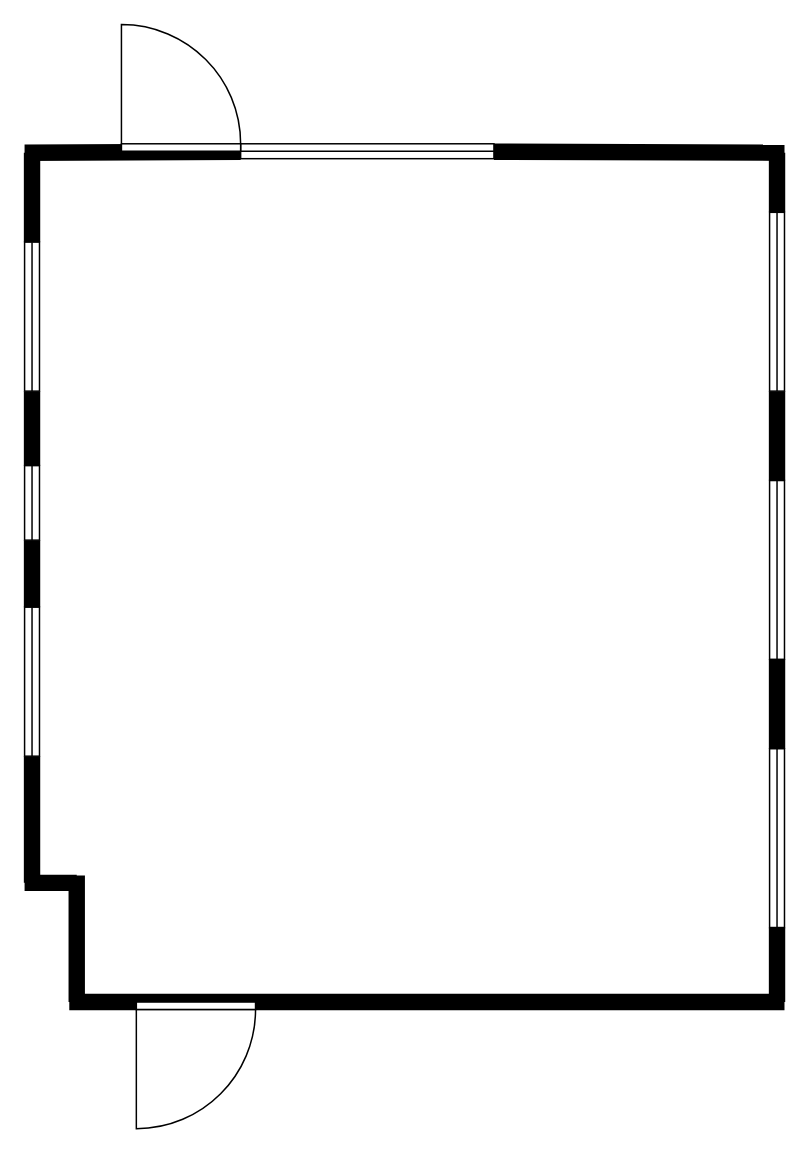
kitxchi/kitxchi.github.io keeps this draw.io diagram as sala.drawio. Above is the earlier version. Source tidied: cells renumbered, new cells numbered last; positions are measured from the earlier drawing's top-left corner, leaving out a move shared by most shapes. Both pictures are drawn from the tidied source at 149%, with x=0, y=0 at pixel (-43, 24).
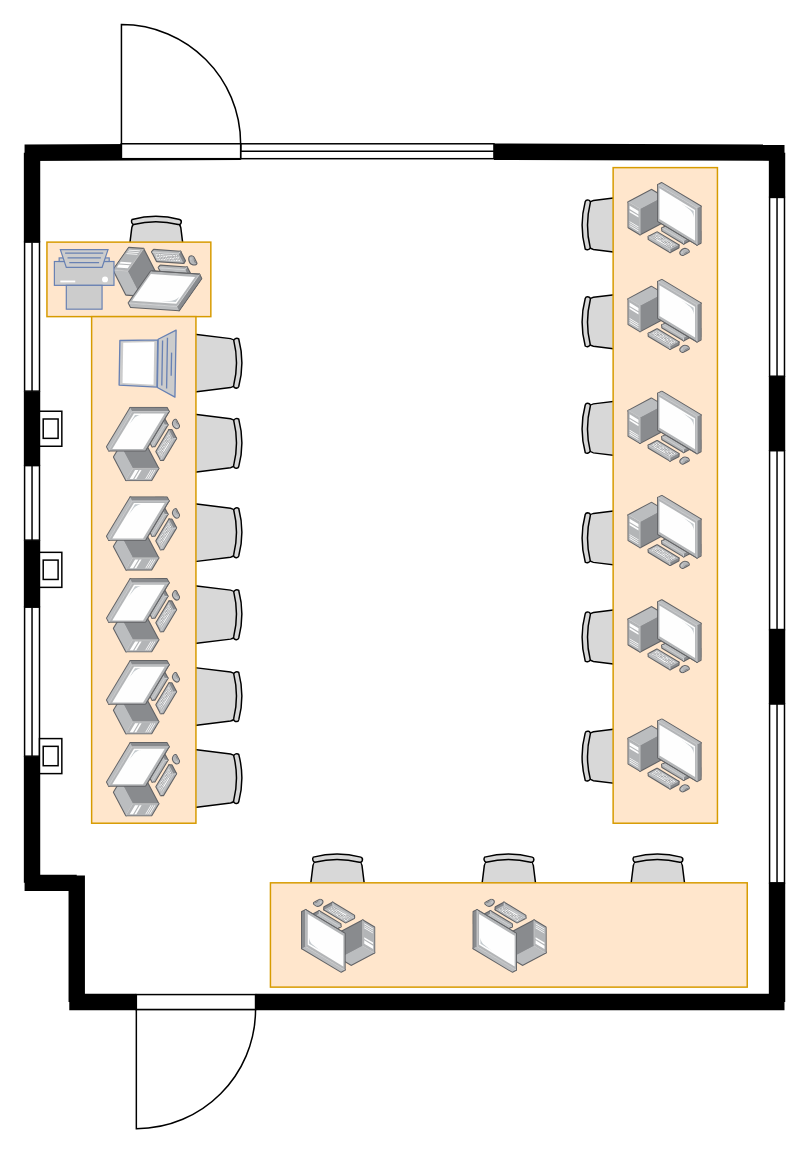
Above is the later version.

What changed in the source:
```diff
@@
+    <mxCell id="24" style="verticalLabelPosition=bottom;html=1;verticalAlign=top;align=center;shape=mxgraph.floorplan.office_chair;fillColor=light-dark(#D8D8D8,var(--ge-dark-color, #121212));rotation=0;" parent="1" vertex="1">
+      <mxGeometry x="113.4" y="128" width="40" height="43" as="geometry" />
+    </mxCell>
+    <mxCell id="25" style="verticalLabelPosition=bottom;html=1;verticalAlign=top;align=center;shape=mxgraph.floorplan.office_chair;fillColor=light-dark(#D8D8D8,var(--ge-dark-color, #121212));rotation=0;" parent="1" vertex="1">
+      <mxGeometry x="235" y="556" width="40" height="43" as="geometry" />
+    </mxCell>
+    <mxCell id="26" style="verticalLabelPosition=bottom;html=1;verticalAlign=top;align=center;shape=mxgraph.floorplan.office_chair;fillColor=light-dark(#D8D8D8,var(--ge-dark-color, #121212));rotation=0;" parent="1" vertex="1">
+      <mxGeometry x="350" y="556" width="40" height="43" as="geometry" />
+    </mxCell>
+    <mxCell id="27" style="verticalLabelPosition=bottom;html=1;verticalAlign=top;align=center;shape=mxgraph.floorplan.office_chair;fillColor=light-dark(#D8D8D8,var(--ge-dark-color, #121212));rotation=0;" parent="1" vertex="1">
+      <mxGeometry x="450" y="556" width="40" height="43" as="geometry" />
+    </mxCell>
+    <mxCell id="28" style="verticalLabelPosition=bottom;html=1;verticalAlign=top;align=center;shape=mxgraph.floorplan.office_chair;fillColor=light-dark(#D8D8D8,var(--ge-dark-color, #121212));rotation=90;" parent="1" vertex="1">
+      <mxGeometry x="150" y="205.7" width="40" height="43" as="geometry" />
+    </mxCell>
+    <mxCell id="29" style="verticalLabelPosition=bottom;html=1;verticalAlign=top;align=center;shape=mxgraph.floorplan.office_chair;fillColor=light-dark(#D8D8D8,var(--ge-dark-color, #121212));rotation=90;" parent="1" vertex="1">
+      <mxGeometry x="150" y="259.5" width="40" height="43" as="geometry" />
+    </mxCell>
+    <mxCell id="30" style="verticalLabelPosition=bottom;html=1;verticalAlign=top;align=center;shape=mxgraph.floorplan.office_chair;fillColor=light-dark(#D8D8D8,var(--ge-dark-color, #121212));rotation=90;" parent="1" vertex="1">
+      <mxGeometry x="150" y="319.5" width="40" height="43" as="geometry" />
+    </mxCell>
+    <mxCell id="31" style="verticalLabelPosition=bottom;html=1;verticalAlign=top;align=center;shape=mxgraph.floorplan.office_chair;fillColor=light-dark(#D8D8D8,var(--ge-dark-color, #121212));rotation=90;" parent="1" vertex="1">
+      <mxGeometry x="150" y="374.5" width="40" height="43" as="geometry" />
+    </mxCell>
+    <mxCell id="32" style="verticalLabelPosition=bottom;html=1;verticalAlign=top;align=center;shape=mxgraph.floorplan.office_chair;fillColor=light-dark(#D8D8D8,var(--ge-dark-color, #121212));rotation=90;" parent="1" vertex="1">
+      <mxGeometry x="150" y="429.5" width="40" height="43" as="geometry" />
+    </mxCell>
+    <mxCell id="33" style="verticalLabelPosition=bottom;html=1;verticalAlign=top;align=center;shape=mxgraph.floorplan.office_chair;fillColor=light-dark(#D8D8D8,var(--ge-dark-color, #121212));rotation=90;" parent="1" vertex="1">
+      <mxGeometry x="150" y="484.5" width="40" height="43" as="geometry" />
+    </mxCell>
+    <mxCell id="34" style="verticalLabelPosition=bottom;html=1;verticalAlign=top;align=center;shape=mxgraph.floorplan.office_chair;fillColor=light-dark(#D8D8D8,var(--ge-dark-color, #121212));rotation=-90;" parent="1" vertex="1">
+      <mxGeometry x="420" y="178" width="40" height="43" as="geometry" />
+    </mxCell>
+    <mxCell id="35" style="verticalLabelPosition=bottom;html=1;verticalAlign=top;align=center;shape=mxgraph.floorplan.office_chair;fillColor=light-dark(#D8D8D8,var(--ge-dark-color, #121212));rotation=-90;" parent="1" vertex="1">
+      <mxGeometry x="420" y="249.5" width="40" height="43" as="geometry" />
+    </mxCell>
+    <mxCell id="36" style="verticalLabelPosition=bottom;html=1;verticalAlign=top;align=center;shape=mxgraph.floorplan.office_chair;fillColor=light-dark(#D8D8D8,var(--ge-dark-color, #121212));rotation=-90;" parent="1" vertex="1">
+      <mxGeometry x="420" y="323" width="40" height="43" as="geometry" />
+    </mxCell>
+    <mxCell id="37" style="verticalLabelPosition=bottom;html=1;verticalAlign=top;align=center;shape=mxgraph.floorplan.office_chair;fillColor=light-dark(#D8D8D8,var(--ge-dark-color, #121212));rotation=-90;" parent="1" vertex="1">
+      <mxGeometry x="420" y="389.5" width="40" height="43" as="geometry" />
+    </mxCell>
+    <mxCell id="38" style="verticalLabelPosition=bottom;html=1;verticalAlign=top;align=center;shape=mxgraph.floorplan.office_chair;fillColor=light-dark(#D8D8D8,var(--ge-dark-color, #121212));rotation=-90;" parent="1" vertex="1">
+      <mxGeometry x="420" y="469.5" width="40" height="43" as="geometry" />
+    </mxCell>
+    <mxCell id="39" style="verticalLabelPosition=bottom;html=1;verticalAlign=top;align=center;shape=mxgraph.floorplan.office_chair;fillColor=light-dark(#D8D8D8,var(--ge-dark-color, #121212));rotation=-90;" parent="1" vertex="1">
+      <mxGeometry x="420" y="113" width="40" height="43" as="geometry" />
+    </mxCell>
@@
-    <mxCell id="13" style="endArrow=none;html=1;rounded=0;strokeWidth=11;" parent="1" edge="1">
+    <mxCell id="13" style="endArrow=none;html=1;rounded=0;strokeWidth=11;" parent="1" edge="1" source="41">
       <mxGeometry relative="1" as="geometry">
-        <mxPoint x="75" y="656" as="sourcePoint" />
         <mxPoint x="555" y="656" as="targetPoint" />
       </mxGeometry>
     </mxCell>
@@
     <mxCell id="15" style="verticalLabelPosition=bottom;html=1;verticalAlign=top;align=center;shape=mxgraph.floorplan.window;direction=south;" parent="1" vertex="1">
-      <mxGeometry x="545" y="126" width="10" height="120" as="geometry" />
+      <mxGeometry x="545" y="116" width="10" height="120" as="geometry" />
     </mxCell>
@@
     <mxCell id="17" style="verticalLabelPosition=bottom;html=1;verticalAlign=top;align=center;shape=mxgraph.floorplan.window;direction=south;" parent="1" vertex="1">
-      <mxGeometry x="545" y="306" width="10" height="120" as="geometry" />
+      <mxGeometry x="545" y="286" width="10" height="120" as="geometry" />
     </mxCell>
@@
     <mxCell id="19" style="verticalLabelPosition=bottom;html=1;verticalAlign=top;align=center;shape=mxgraph.floorplan.window;direction=south;" parent="1" vertex="1">
-      <mxGeometry x="545" y="486" width="10" height="120" as="geometry" />
+      <mxGeometry x="545" y="456" width="10" height="120" as="geometry" />
     </mxCell>
@@
+    <mxCell id="40" style="endArrow=none;html=1;rounded=0;strokeWidth=11;" parent="1" edge="1" target="41">
+      <mxGeometry relative="1" as="geometry">
+        <mxPoint x="75" y="656" as="sourcePoint" />
+      </mxGeometry>
+    </mxCell>
+    <mxCell id="41" style="rounded=0;whiteSpace=wrap;html=1;" parent="1" vertex="1">
+      <mxGeometry x="120" y="651" width="80" height="10" as="geometry" />
+    </mxCell>
+    <mxCell id="42" style="rounded=0;whiteSpace=wrap;html=1;" parent="1" vertex="1">
+      <mxGeometry x="110" y="80" width="80" height="10" as="geometry" />
+    </mxCell>
+    <mxCell id="43" style="rounded=0;whiteSpace=wrap;html=1;fillColor=#ffe6cc;strokeColor=#d79b00;" parent="1" vertex="1">
+      <mxGeometry x="60" y="146" width="110" height="50" as="geometry" />
+    </mxCell>
+    <mxCell id="44" style="rounded=0;whiteSpace=wrap;html=1;fillColor=#ffe6cc;strokeColor=#d79b00;" parent="1" vertex="1">
+      <mxGeometry x="90" y="196" width="70" height="340" as="geometry" />
+    </mxCell>
+    <mxCell id="45" style="rounded=0;whiteSpace=wrap;html=1;fillColor=#ffe6cc;strokeColor=#d79b00;" parent="1" vertex="1">
+      <mxGeometry x="440" y="96" width="70" height="440" as="geometry" />
+    </mxCell>
+    <mxCell id="46" style="rounded=0;whiteSpace=wrap;html=1;fillColor=#ffe6cc;strokeColor=#d79b00;direction=south;" parent="1" vertex="1">
+      <mxGeometry x="210" y="576" width="320" height="70" as="geometry" />
+    </mxCell>
+    <mxCell id="47" style="image;html=1;align=center;shadow=0;dashed=0;image=img/lib/allied_telesis/computer_and_terminals/Personal_Computer_with_Server.svg;" parent="1" vertex="1">
+      <mxGeometry x="450" y="106" width="50" height="50" as="geometry" />
+    </mxCell>
+    <mxCell id="48" style="image;html=1;align=center;shadow=0;dashed=0;image=img/lib/allied_telesis/computer_and_terminals/Personal_Computer_with_Server.svg;" parent="1" vertex="1">
+      <mxGeometry x="450" y="171" width="50" height="50" as="geometry" />
+    </mxCell>
+    <mxCell id="49" style="image;html=1;align=center;shadow=0;dashed=0;image=img/lib/allied_telesis/computer_and_terminals/Personal_Computer_with_Server.svg;" parent="1" vertex="1">
+      <mxGeometry x="450" y="386" width="50" height="50" as="geometry" />
+    </mxCell>
+    <mxCell id="50" style="image;html=1;align=center;shadow=0;dashed=0;image=img/lib/allied_telesis/computer_and_terminals/Personal_Computer_with_Server.svg;" parent="1" vertex="1">
+      <mxGeometry x="450" y="246" width="50" height="50" as="geometry" />
+    </mxCell>
+    <mxCell id="51" style="image;html=1;align=center;shadow=0;dashed=0;image=img/lib/allied_telesis/computer_and_terminals/Personal_Computer_with_Server.svg;" parent="1" vertex="1">
+      <mxGeometry x="450" y="316" width="50" height="50" as="geometry" />
+    </mxCell>
+    <mxCell id="52" style="image;html=1;align=center;shadow=0;dashed=0;image=img/lib/allied_telesis/computer_and_terminals/Personal_Computer_with_Server.svg;" parent="1" vertex="1">
+      <mxGeometry x="450" y="466" width="50" height="50" as="geometry" />
+    </mxCell>
+    <mxCell id="53" style="image;html=1;align=center;shadow=0;dashed=0;image=img/lib/allied_telesis/computer_and_terminals/Personal_Computer_with_Server.svg;flipH=0;flipV=1;rotation=35;" parent="1" vertex="1">
+      <mxGeometry x="106.8" y="142.8" width="53.2" height="53.2" as="geometry" />
+    </mxCell>
+    <mxCell id="54" style="image;html=1;align=center;shadow=0;dashed=0;image=img/lib/allied_telesis/computer_and_terminals/Personal_Computer_with_Server.svg;flipH=0;flipV=0;rotation=-90;" parent="1" vertex="1">
+      <mxGeometry x="100" y="481" width="50" height="50" as="geometry" />
+    </mxCell>
+    <mxCell id="55" style="image;html=1;align=center;shadow=0;dashed=0;image=img/lib/allied_telesis/computer_and_terminals/Personal_Computer_with_Server.svg;flipH=0;flipV=0;rotation=-90;" parent="1" vertex="1">
+      <mxGeometry x="100" y="426" width="50" height="50" as="geometry" />
+    </mxCell>
+    <mxCell id="56" style="image;html=1;align=center;shadow=0;dashed=0;image=img/lib/allied_telesis/computer_and_terminals/Personal_Computer_with_Server.svg;flipH=0;flipV=0;rotation=-90;" parent="1" vertex="1">
+      <mxGeometry x="100" y="371" width="50" height="50" as="geometry" />
+    </mxCell>
+    <mxCell id="57" style="image;html=1;align=center;shadow=0;dashed=0;image=img/lib/allied_telesis/computer_and_terminals/Personal_Computer_with_Server.svg;flipH=0;flipV=0;rotation=-90;" parent="1" vertex="1">
+      <mxGeometry x="100" y="316" width="50" height="50" as="geometry" />
+    </mxCell>
+    <mxCell id="58" style="image;html=1;align=center;shadow=0;dashed=0;image=img/lib/allied_telesis/computer_and_terminals/Personal_Computer_with_Server.svg;flipH=0;flipV=0;rotation=-90;" parent="1" vertex="1">
+      <mxGeometry x="100" y="256" width="50" height="50" as="geometry" />
+    </mxCell>
+    <mxCell id="59" style="fontColor=#0066CC;verticalAlign=top;verticalLabelPosition=bottom;labelPosition=center;align=center;html=1;fillColor=#CCCCCC;strokeColor=#6881B3;gradientColor=none;gradientDirection=north;strokeWidth=2;shape=mxgraph.networks.laptop;rotation=-89;" parent="1" vertex="1">
+      <mxGeometry x="105" y="208.4" width="45" height="37.6" as="geometry" />
+    </mxCell>
+    <mxCell id="60" style="image;html=1;align=center;shadow=0;dashed=0;image=img/lib/allied_telesis/computer_and_terminals/Personal_Computer_with_Server.svg;flipH=0;flipV=0;rotation=-180;" parent="1" vertex="1">
+      <mxGeometry x="230" y="586" width="50" height="50" as="geometry" />
+    </mxCell>
+    <mxCell id="61" style="image;html=1;align=center;shadow=0;dashed=0;image=img/lib/allied_telesis/computer_and_terminals/Personal_Computer_with_Server.svg;flipH=0;flipV=0;rotation=-180;" parent="1" vertex="1">
+      <mxGeometry x="345" y="586" width="50" height="50" as="geometry" />
+    </mxCell>
+    <mxCell id="62" style="fontColor=#0066CC;verticalAlign=top;verticalLabelPosition=bottom;labelPosition=center;align=center;html=1;fillColor=#CCCCCC;strokeColor=#6881B3;gradientColor=none;gradientDirection=north;strokeWidth=2;shape=mxgraph.networks.printer;flipH=0;flipV=1;" parent="1" vertex="1">
+      <mxGeometry x="65" y="151" width="40" height="40" as="geometry" />
+    </mxCell>
+    <mxCell id="63" style="group;" parent="1" vertex="1">
+      <mxGeometry x="55" y="259.5" width="15" height="23.5" as="geometry" />
+    </mxCell>
+    <mxCell id="64" style="rounded=0;whiteSpace=wrap;html=1;" parent="63" vertex="1">
+      <mxGeometry width="15" height="23.5" as="geometry" />
+    </mxCell>
+    <mxCell id="65" style="rounded=0;whiteSpace=wrap;html=1;" parent="63" vertex="1">
+      <mxGeometry x="2.5" y="5.2" width="10" height="13" as="geometry" />
+    </mxCell>
+    <mxCell id="66" style="group;" parent="1" vertex="1">
+      <mxGeometry x="55" y="354.2" width="15" height="23.5" as="geometry" />
+    </mxCell>
+    <mxCell id="67" style="rounded=0;whiteSpace=wrap;html=1;" parent="66" vertex="1">
+      <mxGeometry width="15" height="23.5" as="geometry" />
+    </mxCell>
+    <mxCell id="68" style="rounded=0;whiteSpace=wrap;html=1;" parent="66" vertex="1">
+      <mxGeometry x="2.5" y="5.2" width="10" height="13" as="geometry" />
+    </mxCell>
+    <mxCell id="69" style="group;" parent="1" vertex="1">
+      <mxGeometry x="55" y="479.2" width="15" height="23.5" as="geometry" />
+    </mxCell>
+    <mxCell id="70" style="rounded=0;whiteSpace=wrap;html=1;" parent="69" vertex="1">
+      <mxGeometry width="15" height="23.5" as="geometry" />
+    </mxCell>
+    <mxCell id="71" style="rounded=0;whiteSpace=wrap;html=1;" parent="69" vertex="1">
+      <mxGeometry x="2.5" y="5.2" width="10" height="13" as="geometry" />
+    </mxCell>
```
